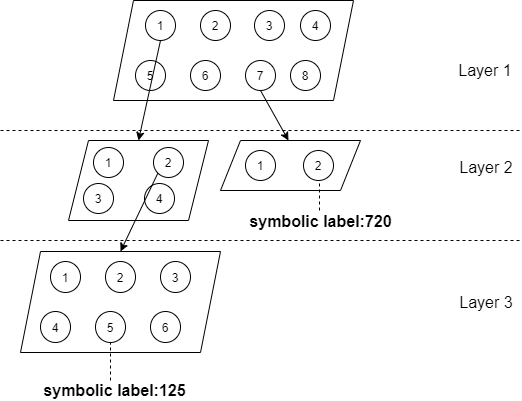
This is image/ghsomlabel.png from lina2360/HiSeqGan, a draw.io export, as it was before one commit. Source tidied: cells renumbered, new cells last; positions are measured from the earlier drawing's top-left corner, leaving out a move shared by most shapes.
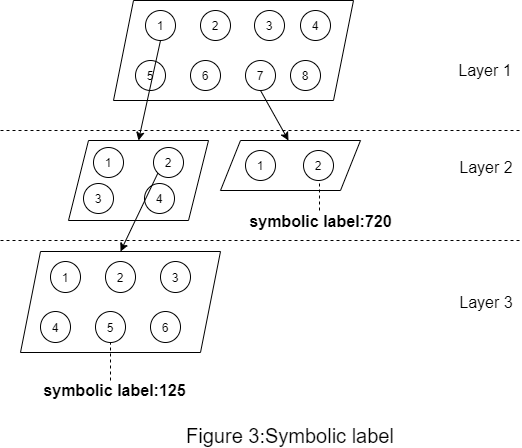
The same diagram one commit later.

The edit, as a diff of the source:
```diff
@@ -126,5 +126,8 @@
         <mxPoint x="288" y="140" as="targetPoint" />
       </mxGeometry>
     </mxCell>
+    <mxCell id="39" value="&lt;font style=&quot;font-size: 20px&quot;&gt;Figure 3:Symbolic label&lt;/font&gt;" style="text;html=1;strokeColor=none;fillColor=none;align=center;verticalAlign=middle;whiteSpace=wrap;rounded=0;" parent="1" vertex="1">
+      <mxGeometry x="143" y="425" width="294" height="20" as="geometry" />
+    </mxCell>
   </root>
 </mxGraphModel>
```
